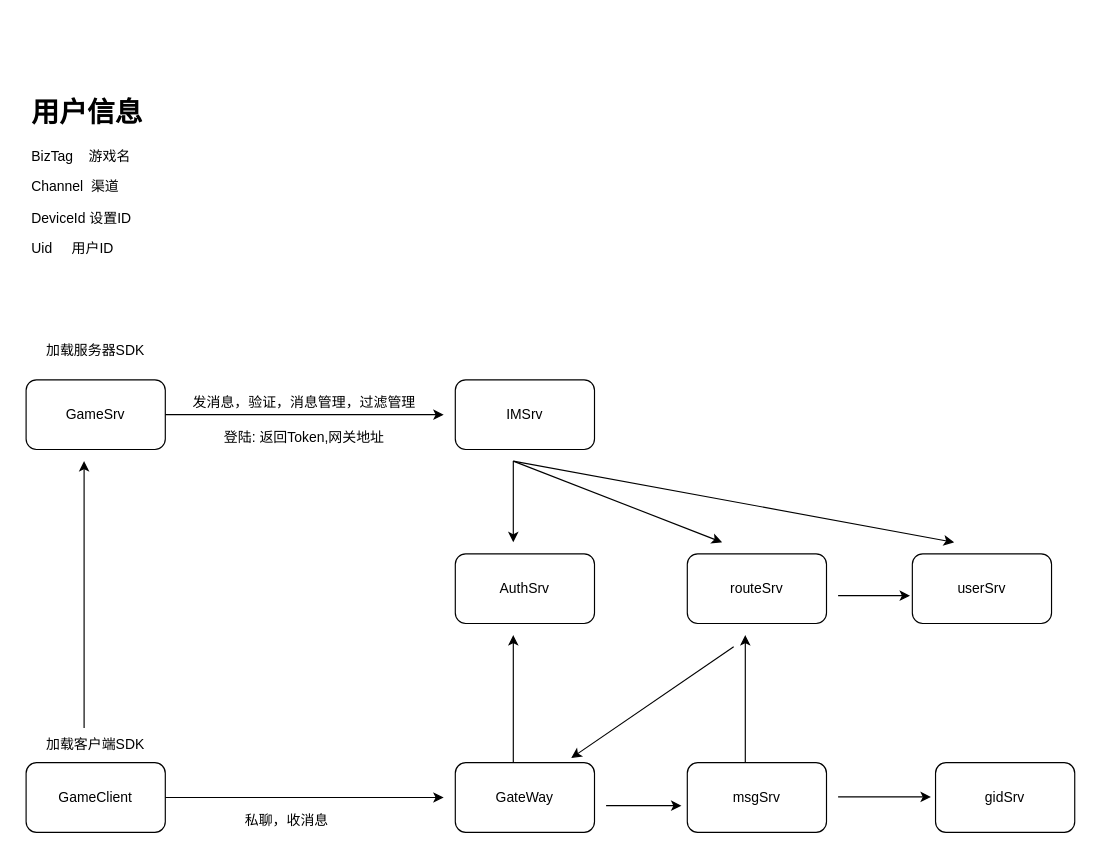
Earlier version of the draw.io diagram drawio/Untitled Diagram.drawio (hwholiday/learning_tools). Source tidied: cells renumbered, new cells numbered last; positions are measured from the earlier drawing's top-left corner, leaving out a move shared by most shapes. Both pictures are drawn from the tidied source at 116%, with x=0, y=0 at pixel (26, 89).
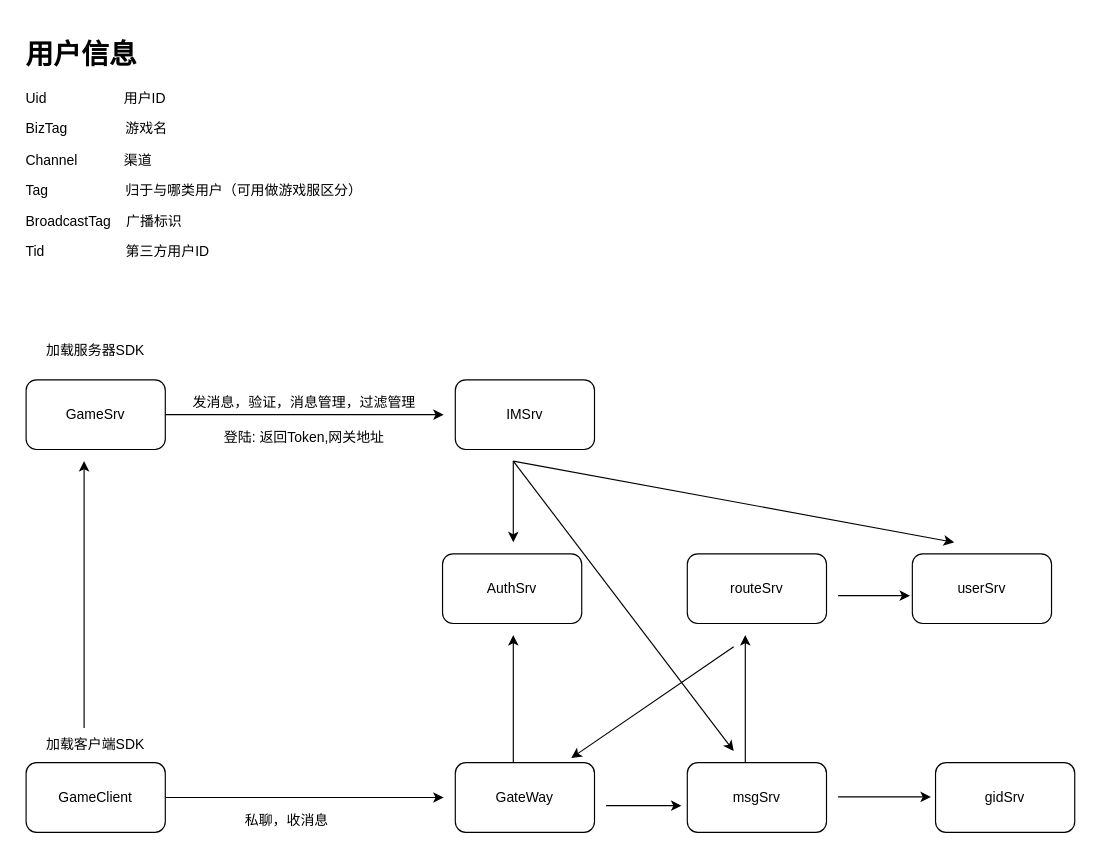
After the change.

Diff of the diagram source:
```diff
@@
     <mxCell id="12" value="AuthSrv" style="rounded=1;whiteSpace=wrap;html=1;" parent="1" vertex="1">
-      <mxGeometry x="370" y="400" width="120" height="60" as="geometry" />
+      <mxGeometry x="359" y="400" width="120" height="60" as="geometry" />
     </mxCell>
@@
-    <mxCell id="17" style="endArrow=classic;html=1;" parent="1" edge="1">
-      <mxGeometry relative="1" as="geometry">
-        <mxPoint x="420" y="320" as="sourcePoint" />
-        <mxPoint x="600" y="390" as="targetPoint" />
-      </mxGeometry>
-    </mxCell>
@@
-    <mxCell id="28" value="&lt;h1&gt;用户信息&lt;/h1&gt;&lt;p&gt;BizTag&amp;nbsp; &amp;nbsp; 游戏名&lt;/p&gt;&lt;p&gt;Channel&amp;nbsp; 渠道&lt;/p&gt;&lt;p&gt;DeviceId 设置ID&lt;/p&gt;&lt;p&gt;Uid&amp;nbsp; &amp;nbsp; &amp;nbsp;用户ID&lt;/p&gt;" style="text;html=1;strokeColor=none;fillColor=none;spacing=5;spacingTop=-20;whiteSpace=wrap;overflow=hidden;rounded=0;" parent="1" vertex="1">
-      <mxGeometry width="190" height="150" as="geometry" />
+    <mxCell id="28" value="&lt;h1&gt;用户信息&lt;/h1&gt;&lt;p&gt;Uid&amp;nbsp; &amp;nbsp; &amp;nbsp; &amp;nbsp; &amp;nbsp; &amp;nbsp; &amp;nbsp; &amp;nbsp; &amp;nbsp; &amp;nbsp; 用户ID&lt;br&gt;&lt;/p&gt;&lt;p&gt;BizTag&amp;nbsp; &amp;nbsp; &amp;nbsp; &amp;nbsp; &amp;nbsp; &amp;nbsp; &amp;nbsp; &amp;nbsp;游戏名&lt;/p&gt;&lt;p&gt;Channel&amp;nbsp; &amp;nbsp; &amp;nbsp; &amp;nbsp; &amp;nbsp; &amp;nbsp; 渠道&lt;/p&gt;&lt;p&gt;Tag&amp;nbsp; &amp;nbsp; &amp;nbsp; &amp;nbsp; &amp;nbsp; &amp;nbsp; &amp;nbsp; &amp;nbsp; &amp;nbsp; &amp;nbsp; 归于与哪类用户（可用做游戏服区分）&lt;/p&gt;&lt;p&gt;BroadcastTag&amp;nbsp; &amp;nbsp; 广播标识&amp;nbsp;&amp;nbsp;&lt;/p&gt;&lt;p&gt;Tid&amp;nbsp; &amp;nbsp; &amp;nbsp; &amp;nbsp; &amp;nbsp; &amp;nbsp; &amp;nbsp; &amp;nbsp; &amp;nbsp; &amp;nbsp; &amp;nbsp;第三方用户ID&lt;br&gt;&lt;/p&gt;&lt;p&gt;&amp;nbsp;&lt;/p&gt;" style="text;html=1;strokeColor=none;fillColor=none;spacing=5;spacingTop=-20;whiteSpace=wrap;overflow=hidden;rounded=0;" parent="1" vertex="1">
+      <mxGeometry x="-5" y="-50" width="330" height="200" as="geometry" />
     </mxCell>
+    <mxCell id="29" style="endArrow=classic;html=1;" parent="1" edge="1">
+      <mxGeometry relative="1" as="geometry">
+        <mxPoint x="420" y="320" as="sourcePoint" />
+        <mxPoint x="610" y="570" as="targetPoint" />
+      </mxGeometry>
+    </mxCell>
```
